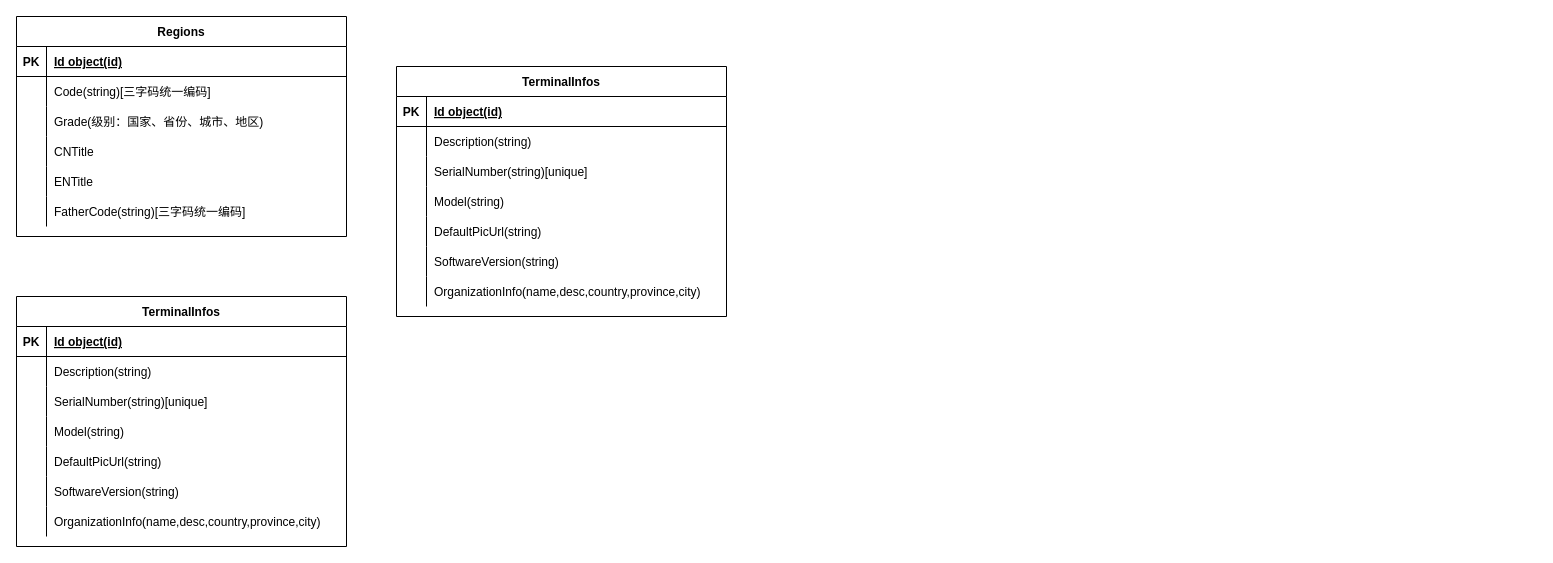
qwb2013/Xamarin-iOSTips keeps this draw.io diagram as Untitled Diagram.drawio. Above is the earlier version. Source tidied: cells renumbered, new cells numbered last; positions are measured from the earlier drawing's top-left corner, leaving out a move shared by most shapes. Both pictures are drawn from the tidied source at 100%, with x=0, y=0 at pixel (16, 16).
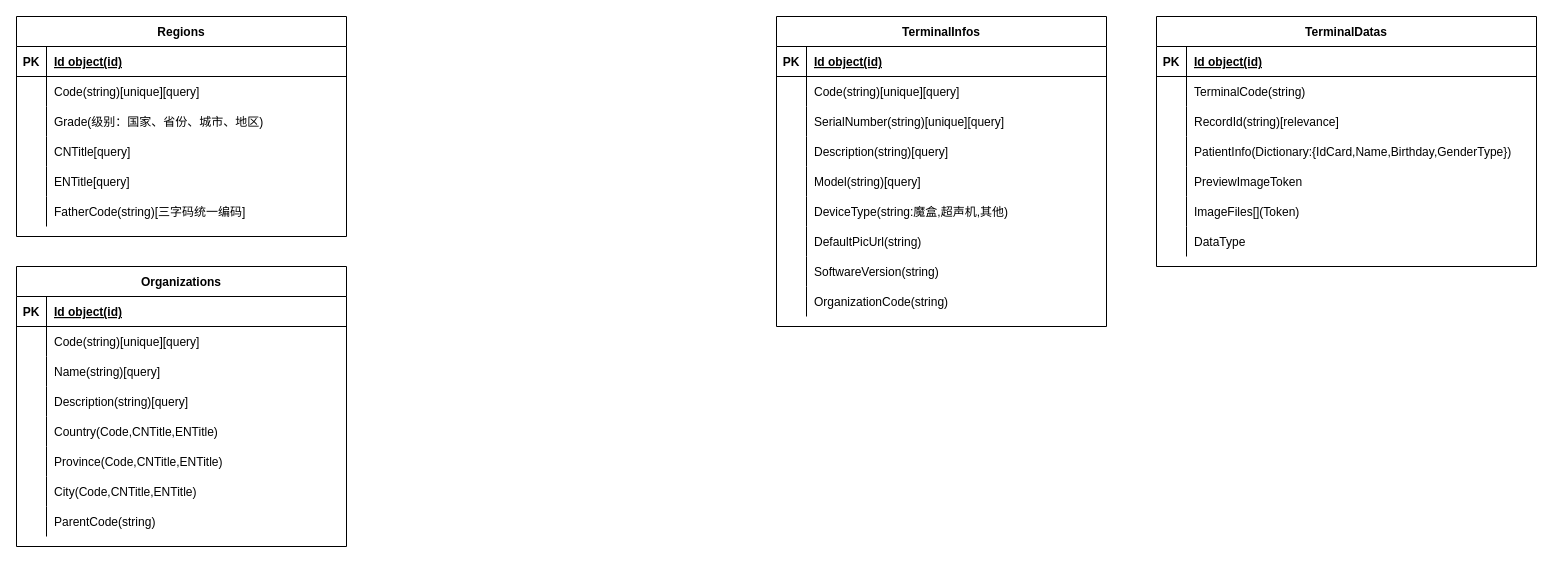
The same diagram, later.

Unchanged cells that the change refers to:
```xml
<mxCell id="28" style="shape=partialRectangle;fillColor=none;top=0;left=0;right=0;bottom=0;" parent="24" vertex="1">
  <mxGeometry y="60" width="330" height="30" as="geometry" />
</mxCell>
<mxCell id="34" style="shape=partialRectangle;fillColor=none;top=0;left=0;right=0;bottom=0;" parent="24" vertex="1">
  <mxGeometry y="120" width="330" height="30" as="geometry" />
</mxCell>
<mxCell id="37" style="shape=partialRectangle;fillColor=none;top=0;left=0;right=0;bottom=0;" parent="24" vertex="1">
  <mxGeometry y="150" width="330" height="30" as="geometry" />
</mxCell>
```

Diff of the diagram source:
```diff
@@
     <mxCell id="2" value="TerminalInfos" style="shape=table;startSize=30;childLayout=tableLayout;rowLines=0;fontStyle=1;align=center;" parent="1" vertex="1">
-      <mxGeometry y="280" width="330" height="250" as="geometry" />
+      <mxGeometry x="760" width="330" height="310" as="geometry" />
     </mxCell>
@@
+    <mxCell id="65" style="shape=partialRectangle;fillColor=none;top=0;left=0;right=0;bottom=0;" parent="2" vertex="1">
+      <mxGeometry y="60" width="330" height="30" as="geometry" />
+    </mxCell>
+    <mxCell id="66" style="shape=partialRectangle;overflow=hidden;fillColor=none;top=0;left=0;bottom=0;right=0;" parent="65" vertex="1">
+      <mxGeometry width="30" height="30" as="geometry" />
+    </mxCell>
+    <mxCell id="67" value="Code(string)[unique][query]" style="shape=partialRectangle;overflow=hidden;fillColor=none;top=0;left=0;bottom=0;right=0;align=left;spacingLeft=6;" parent="65" vertex="1">
+      <mxGeometry x="30" width="300" height="30" as="geometry" />
+    </mxCell>
+    <mxCell id="9" style="shape=partialRectangle;fillColor=none;top=0;left=0;right=0;bottom=0;" parent="2" vertex="1">
+      <mxGeometry y="90" width="330" height="30" as="geometry" />
+    </mxCell>
+    <mxCell id="10" style="shape=partialRectangle;overflow=hidden;fillColor=none;top=0;left=0;bottom=0;right=0;" parent="9" vertex="1">
+      <mxGeometry width="30" height="30" as="geometry" />
+    </mxCell>
+    <mxCell id="11" value="SerialNumber(string)[unique][query]" style="shape=partialRectangle;overflow=hidden;fillColor=none;top=0;left=0;bottom=0;right=0;align=left;spacingLeft=6;" parent="9" vertex="1">
+      <mxGeometry x="30" width="300" height="30" as="geometry" />
+    </mxCell>
     <mxCell id="6" style="shape=partialRectangle;fillColor=none;top=0;left=0;right=0;bottom=0;" parent="2" vertex="1">
-      <mxGeometry y="60" width="330" height="30" as="geometry" />
+      <mxGeometry y="120" width="330" height="30" as="geometry" />
     </mxCell>
@@
-    <mxCell id="8" value="Description(string)" style="shape=partialRectangle;overflow=hidden;fillColor=none;top=0;left=0;bottom=0;right=0;align=left;spacingLeft=6;" parent="6" vertex="1">
+    <mxCell id="8" value="Description(string)[query]" style="shape=partialRectangle;overflow=hidden;fillColor=none;top=0;left=0;bottom=0;right=0;align=left;spacingLeft=6;" parent="6" vertex="1">
       <mxGeometry x="30" width="300" height="30" as="geometry" />
     </mxCell>
-    <mxCell id="9" style="shape=partialRectangle;fillColor=none;top=0;left=0;right=0;bottom=0;" parent="2" vertex="1">
-      <mxGeometry y="90" width="330" height="30" as="geometry" />
-    </mxCell>
-    <mxCell id="10" style="shape=partialRectangle;overflow=hidden;fillColor=none;top=0;left=0;bottom=0;right=0;" parent="9" vertex="1">
-      <mxGeometry width="30" height="30" as="geometry" />
-    </mxCell>
-    <mxCell id="11" value="SerialNumber(string)[unique]" style="shape=partialRectangle;overflow=hidden;fillColor=none;top=0;left=0;bottom=0;right=0;align=left;spacingLeft=6;" parent="9" vertex="1">
-      <mxGeometry x="30" width="300" height="30" as="geometry" />
-    </mxCell>
     <mxCell id="12" style="shape=partialRectangle;fillColor=none;top=0;left=0;right=0;bottom=0;" parent="2" vertex="1">
-      <mxGeometry y="120" width="330" height="30" as="geometry" />
+      <mxGeometry y="150" width="330" height="30" as="geometry" />
     </mxCell>
@@
-    <mxCell id="14" value="Model(string)" style="shape=partialRectangle;overflow=hidden;fillColor=none;top=0;left=0;bottom=0;right=0;align=left;spacingLeft=6;" parent="12" vertex="1">
+    <mxCell id="14" value="Model(string)[query]" style="shape=partialRectangle;overflow=hidden;fillColor=none;top=0;left=0;bottom=0;right=0;align=left;spacingLeft=6;" parent="12" vertex="1">
       <mxGeometry x="30" width="300" height="30" as="geometry" />
     </mxCell>
+    <mxCell id="68" style="shape=partialRectangle;fillColor=none;top=0;left=0;right=0;bottom=0;" parent="2" vertex="1">
+      <mxGeometry y="180" width="330" height="30" as="geometry" />
+    </mxCell>
+    <mxCell id="69" style="shape=partialRectangle;overflow=hidden;fillColor=none;top=0;left=0;bottom=0;right=0;" parent="68" vertex="1">
+      <mxGeometry width="30" height="30" as="geometry" />
+    </mxCell>
+    <mxCell id="70" value="DeviceType(string:魔盒,超声机,其他)" style="shape=partialRectangle;overflow=hidden;fillColor=none;top=0;left=0;bottom=0;right=0;align=left;spacingLeft=6;" parent="68" vertex="1">
+      <mxGeometry x="30" width="300" height="30" as="geometry" />
+    </mxCell>
     <mxCell id="15" style="shape=partialRectangle;fillColor=none;top=0;left=0;right=0;bottom=0;" parent="2" vertex="1">
-      <mxGeometry y="150" width="330" height="30" as="geometry" />
+      <mxGeometry y="210" width="330" height="30" as="geometry" />
     </mxCell>
@@
     <mxCell id="18" style="shape=partialRectangle;fillColor=none;top=0;left=0;right=0;bottom=0;" parent="2" vertex="1">
-      <mxGeometry y="180" width="330" height="30" as="geometry" />
+      <mxGeometry y="240" width="330" height="30" as="geometry" />
     </mxCell>
@@
     <mxCell id="21" style="shape=partialRectangle;fillColor=none;top=0;left=0;right=0;bottom=0;" parent="2" vertex="1">
-      <mxGeometry y="210" width="330" height="30" as="geometry" />
+      <mxGeometry y="270" width="330" height="30" as="geometry" />
     </mxCell>
@@
-    <mxCell id="23" value="OrganizationInfo(name,desc,country,province,city)" style="shape=partialRectangle;overflow=hidden;fillColor=none;top=0;left=0;bottom=0;right=0;align=left;spacingLeft=6;" parent="21" vertex="1">
+    <mxCell id="23" value="OrganizationCode(string)" style="shape=partialRectangle;overflow=hidden;fillColor=none;top=0;left=0;bottom=0;right=0;align=left;spacingLeft=6;" parent="21" vertex="1">
       <mxGeometry x="30" width="300" height="30" as="geometry" />
     </mxCell>
@@
-    <mxCell id="30" value="Code(string)[三字码统一编码]" style="shape=partialRectangle;overflow=hidden;fillColor=none;top=0;left=0;bottom=0;right=0;align=left;spacingLeft=6;" parent="28" vertex="1">
+    <mxCell id="30" value="Code(string)[unique][query]" style="shape=partialRectangle;overflow=hidden;fillColor=none;top=0;left=0;bottom=0;right=0;align=left;spacingLeft=6;" parent="28" vertex="1">
       <mxGeometry x="30" width="300" height="30" as="geometry" />
     </mxCell>
@@
-    <mxCell id="36" value="CNTitle" style="shape=partialRectangle;overflow=hidden;fillColor=none;top=0;left=0;bottom=0;right=0;align=left;spacingLeft=6;" parent="34" vertex="1">
+    <mxCell id="36" value="CNTitle[query]" style="shape=partialRectangle;overflow=hidden;fillColor=none;top=0;left=0;bottom=0;right=0;align=left;spacingLeft=6;" parent="34" vertex="1">
       <mxGeometry x="30" width="300" height="30" as="geometry" />
     </mxCell>
@@
-    <mxCell id="39" value="ENTitle" style="shape=partialRectangle;overflow=hidden;fillColor=none;top=0;left=0;bottom=0;right=0;align=left;spacingLeft=6;" parent="37" vertex="1">
+    <mxCell id="39" value="ENTitle[query]" style="shape=partialRectangle;overflow=hidden;fillColor=none;top=0;left=0;bottom=0;right=0;align=left;spacingLeft=6;" parent="37" vertex="1">
       <mxGeometry x="30" width="300" height="30" as="geometry" />
     </mxCell>
@@
-    <mxCell id="43" value="TerminalInfos" style="shape=table;startSize=30;childLayout=tableLayout;rowLines=0;fontStyle=1;align=center;" parent="1" vertex="1">
-      <mxGeometry x="380" y="50" width="330" height="250" as="geometry" />
+    <mxCell id="43" value="Organizations" style="shape=table;startSize=30;childLayout=tableLayout;rowLines=0;fontStyle=1;align=center;" parent="1" vertex="1">
+      <mxGeometry y="250" width="330" height="280" as="geometry" />
     </mxCell>
@@
+    <mxCell id="71" style="shape=partialRectangle;fillColor=none;top=0;left=0;right=0;bottom=0;" parent="43" vertex="1">
+      <mxGeometry y="60" width="330" height="30" as="geometry" />
+    </mxCell>
+    <mxCell id="72" style="shape=partialRectangle;overflow=hidden;fillColor=none;top=0;left=0;bottom=0;right=0;" parent="71" vertex="1">
+      <mxGeometry width="30" height="30" as="geometry" />
+    </mxCell>
+    <mxCell id="73" value="Code(string)[unique][query]" style="shape=partialRectangle;overflow=hidden;fillColor=none;top=0;left=0;bottom=0;right=0;align=left;spacingLeft=6;" parent="71" vertex="1">
+      <mxGeometry x="30" width="300" height="30" as="geometry" />
+    </mxCell>
     <mxCell id="47" style="shape=partialRectangle;fillColor=none;top=0;left=0;right=0;bottom=0;" parent="43" vertex="1">
-      <mxGeometry y="60" width="330" height="30" as="geometry" />
+      <mxGeometry y="90" width="330" height="30" as="geometry" />
     </mxCell>
@@
-    <mxCell id="49" value="Description(string)" style="shape=partialRectangle;overflow=hidden;fillColor=none;top=0;left=0;bottom=0;right=0;align=left;spacingLeft=6;" parent="47" vertex="1">
+    <mxCell id="49" value="Name(string)[query]" style="shape=partialRectangle;overflow=hidden;fillColor=none;top=0;left=0;bottom=0;right=0;align=left;spacingLeft=6;" parent="47" vertex="1">
       <mxGeometry x="30" width="300" height="30" as="geometry" />
     </mxCell>
     <mxCell id="50" style="shape=partialRectangle;fillColor=none;top=0;left=0;right=0;bottom=0;" parent="43" vertex="1">
-      <mxGeometry y="90" width="330" height="30" as="geometry" />
+      <mxGeometry y="120" width="330" height="30" as="geometry" />
     </mxCell>
@@
-    <mxCell id="52" value="SerialNumber(string)[unique]" style="shape=partialRectangle;overflow=hidden;fillColor=none;top=0;left=0;bottom=0;right=0;align=left;spacingLeft=6;" parent="50" vertex="1">
+    <mxCell id="52" value="Description(string)[query]" style="shape=partialRectangle;overflow=hidden;fillColor=none;top=0;left=0;bottom=0;right=0;align=left;spacingLeft=6;" parent="50" vertex="1">
       <mxGeometry x="30" width="300" height="30" as="geometry" />
     </mxCell>
     <mxCell id="53" style="shape=partialRectangle;fillColor=none;top=0;left=0;right=0;bottom=0;" parent="43" vertex="1">
-      <mxGeometry y="120" width="330" height="30" as="geometry" />
+      <mxGeometry y="150" width="330" height="30" as="geometry" />
     </mxCell>
@@
-    <mxCell id="55" value="Model(string)" style="shape=partialRectangle;overflow=hidden;fillColor=none;top=0;left=0;bottom=0;right=0;align=left;spacingLeft=6;" parent="53" vertex="1">
+    <mxCell id="55" value="Country(Code,CNTitle,ENTitle)" style="shape=partialRectangle;overflow=hidden;fillColor=none;top=0;left=0;bottom=0;right=0;align=left;spacingLeft=6;" parent="53" vertex="1">
       <mxGeometry x="30" width="300" height="30" as="geometry" />
     </mxCell>
     <mxCell id="56" style="shape=partialRectangle;fillColor=none;top=0;left=0;right=0;bottom=0;" parent="43" vertex="1">
-      <mxGeometry y="150" width="330" height="30" as="geometry" />
+      <mxGeometry y="180" width="330" height="30" as="geometry" />
     </mxCell>
@@
-    <mxCell id="58" value="DefaultPicUrl(string)" style="shape=partialRectangle;overflow=hidden;fillColor=none;top=0;left=0;bottom=0;right=0;align=left;spacingLeft=6;" parent="56" vertex="1">
+    <mxCell id="58" value="Province(Code,CNTitle,ENTitle)" style="shape=partialRectangle;overflow=hidden;fillColor=none;top=0;left=0;bottom=0;right=0;align=left;spacingLeft=6;" parent="56" vertex="1">
       <mxGeometry x="30" width="300" height="30" as="geometry" />
     </mxCell>
     <mxCell id="59" style="shape=partialRectangle;fillColor=none;top=0;left=0;right=0;bottom=0;" parent="43" vertex="1">
-      <mxGeometry y="180" width="330" height="30" as="geometry" />
+      <mxGeometry y="210" width="330" height="30" as="geometry" />
     </mxCell>
@@
-    <mxCell id="61" value="SoftwareVersion(string)" style="shape=partialRectangle;overflow=hidden;fillColor=none;top=0;left=0;bottom=0;right=0;align=left;spacingLeft=6;" parent="59" vertex="1">
+    <mxCell id="61" value="City(Code,CNTitle,ENTitle)" style="shape=partialRectangle;overflow=hidden;fillColor=none;top=0;left=0;bottom=0;right=0;align=left;spacingLeft=6;" parent="59" vertex="1">
       <mxGeometry x="30" width="300" height="30" as="geometry" />
     </mxCell>
     <mxCell id="62" style="shape=partialRectangle;fillColor=none;top=0;left=0;right=0;bottom=0;" parent="43" vertex="1">
-      <mxGeometry y="210" width="330" height="30" as="geometry" />
+      <mxGeometry y="240" width="330" height="30" as="geometry" />
     </mxCell>
@@
-    <mxCell id="64" value="OrganizationInfo(name,desc,country,province,city)" style="shape=partialRectangle;overflow=hidden;fillColor=none;top=0;left=0;bottom=0;right=0;align=left;spacingLeft=6;" parent="62" vertex="1">
+    <mxCell id="64" value="ParentCode(string)" style="shape=partialRectangle;overflow=hidden;fillColor=none;top=0;left=0;bottom=0;right=0;align=left;spacingLeft=6;" parent="62" vertex="1">
       <mxGeometry x="30" width="300" height="30" as="geometry" />
     </mxCell>
+    <mxCell id="74" value="TerminalDatas" style="shape=table;startSize=30;childLayout=tableLayout;rowLines=0;fontStyle=1;align=center;" parent="1" vertex="1">
+      <mxGeometry x="1140" width="380" height="250" as="geometry" />
+    </mxCell>
+    <mxCell id="75" style="shape=partialRectangle;fillColor=none;top=0;left=0;right=0;bottom=1;" parent="74" vertex="1">
+      <mxGeometry y="30" width="380" height="30" as="geometry" />
+    </mxCell>
+    <mxCell id="76" value="PK" style="shape=partialRectangle;overflow=hidden;fillColor=none;top=0;left=0;bottom=0;right=0;fontStyle=1;" parent="75" vertex="1">
+      <mxGeometry width="30" height="30" as="geometry" />
+    </mxCell>
+    <mxCell id="77" value="Id object(id)" style="shape=partialRectangle;overflow=hidden;fillColor=none;top=0;left=0;bottom=0;right=0;align=left;spacingLeft=6;fontStyle=5;" parent="75" vertex="1">
+      <mxGeometry x="30" width="350" height="30" as="geometry" />
+    </mxCell>
+    <mxCell id="78" style="shape=partialRectangle;fillColor=none;top=0;left=0;right=0;bottom=0;" parent="74" vertex="1">
+      <mxGeometry y="60" width="380" height="30" as="geometry" />
+    </mxCell>
+    <mxCell id="79" style="shape=partialRectangle;overflow=hidden;fillColor=none;top=0;left=0;bottom=0;right=0;" parent="78" vertex="1">
+      <mxGeometry width="30" height="30" as="geometry" />
+    </mxCell>
+    <mxCell id="80" value="TerminalCode(string)" style="shape=partialRectangle;overflow=hidden;fillColor=none;top=0;left=0;bottom=0;right=0;align=left;spacingLeft=6;" parent="78" vertex="1">
+      <mxGeometry x="30" width="350" height="30" as="geometry" />
+    </mxCell>
+    <mxCell id="81" style="shape=partialRectangle;fillColor=none;top=0;left=0;right=0;bottom=0;" parent="74" vertex="1">
+      <mxGeometry y="90" width="380" height="30" as="geometry" />
+    </mxCell>
+    <mxCell id="82" style="shape=partialRectangle;overflow=hidden;fillColor=none;top=0;left=0;bottom=0;right=0;" parent="81" vertex="1">
+      <mxGeometry width="30" height="30" as="geometry" />
+    </mxCell>
+    <mxCell id="83" value="RecordId(string)[relevance]" style="shape=partialRectangle;overflow=hidden;fillColor=none;top=0;left=0;bottom=0;right=0;align=left;spacingLeft=6;" parent="81" vertex="1">
+      <mxGeometry x="30" width="350" height="30" as="geometry" />
+    </mxCell>
+    <mxCell id="84" style="shape=partialRectangle;fillColor=none;top=0;left=0;right=0;bottom=0;" parent="74" vertex="1">
+      <mxGeometry y="120" width="380" height="30" as="geometry" />
+    </mxCell>
+    <mxCell id="85" style="shape=partialRectangle;overflow=hidden;fillColor=none;top=0;left=0;bottom=0;right=0;" parent="84" vertex="1">
+      <mxGeometry width="30" height="30" as="geometry" />
+    </mxCell>
+    <mxCell id="86" value="PatientInfo(Dictionary:{IdCard,Name,Birthday,GenderType})" style="shape=partialRectangle;overflow=hidden;fillColor=none;top=0;left=0;bottom=0;right=0;align=left;spacingLeft=6;" parent="84" vertex="1">
+      <mxGeometry x="30" width="350" height="30" as="geometry" />
+    </mxCell>
+    <mxCell id="87" style="shape=partialRectangle;fillColor=none;top=0;left=0;right=0;bottom=0;" parent="74" vertex="1">
+      <mxGeometry y="150" width="380" height="30" as="geometry" />
+    </mxCell>
+    <mxCell id="88" style="shape=partialRectangle;overflow=hidden;fillColor=none;top=0;left=0;bottom=0;right=0;" parent="87" vertex="1">
+      <mxGeometry width="30" height="30" as="geometry" />
+    </mxCell>
+    <mxCell id="89" value="PreviewImageToken" style="shape=partialRectangle;overflow=hidden;fillColor=none;top=0;left=0;bottom=0;right=0;align=left;spacingLeft=6;" parent="87" vertex="1">
+      <mxGeometry x="30" width="350" height="30" as="geometry" />
+    </mxCell>
+    <mxCell id="90" style="shape=partialRectangle;fillColor=none;top=0;left=0;right=0;bottom=0;" parent="74" vertex="1">
+      <mxGeometry y="180" width="380" height="30" as="geometry" />
+    </mxCell>
+    <mxCell id="91" style="shape=partialRectangle;overflow=hidden;fillColor=none;top=0;left=0;bottom=0;right=0;" parent="90" vertex="1">
+      <mxGeometry width="30" height="30" as="geometry" />
+    </mxCell>
+    <mxCell id="92" value="ImageFiles[](Token)" style="shape=partialRectangle;overflow=hidden;fillColor=none;top=0;left=0;bottom=0;right=0;align=left;spacingLeft=6;" parent="90" vertex="1">
+      <mxGeometry x="30" width="350" height="30" as="geometry" />
+    </mxCell>
+    <mxCell id="93" style="shape=partialRectangle;fillColor=none;top=0;left=0;right=0;bottom=0;" parent="74" vertex="1">
+      <mxGeometry y="210" width="380" height="30" as="geometry" />
+    </mxCell>
+    <mxCell id="94" style="shape=partialRectangle;overflow=hidden;fillColor=none;top=0;left=0;bottom=0;right=0;" parent="93" vertex="1">
+      <mxGeometry width="30" height="30" as="geometry" />
+    </mxCell>
+    <mxCell id="95" value="DataType" style="shape=partialRectangle;overflow=hidden;fillColor=none;top=0;left=0;bottom=0;right=0;align=left;spacingLeft=6;" parent="93" vertex="1">
+      <mxGeometry x="30" width="350" height="30" as="geometry" />
+    </mxCell>
```
